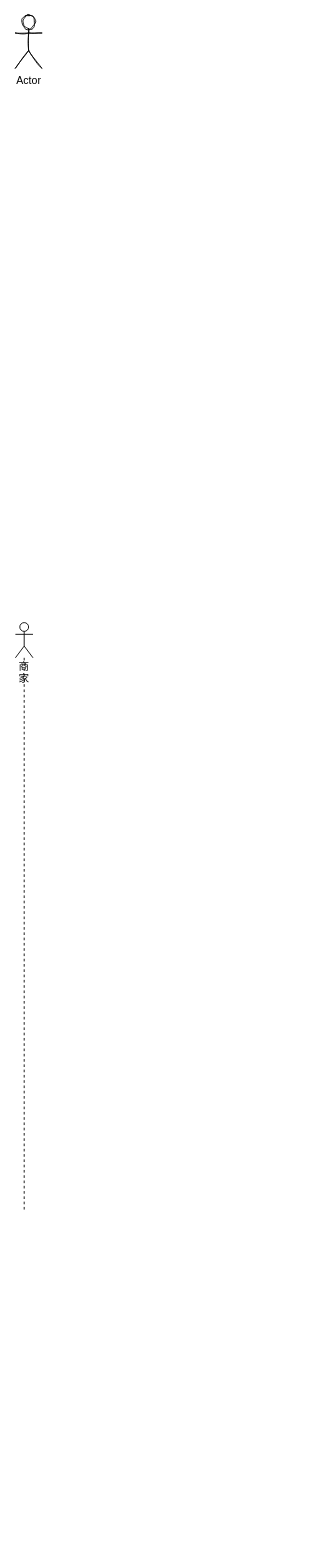
noobwu/diagrams keeps this draw.io diagram as Kemai/好餐谋V11启用扫码点餐流程图.drawio. Above is the earlier version. Source tidied: cells renumbered, new cells numbered last; positions are measured from the earlier drawing's top-left corner, leaving out a move shared by most shapes. Both pictures are drawn from the tidied source at 88%, with x=0, y=0 at pixel (15, 15).
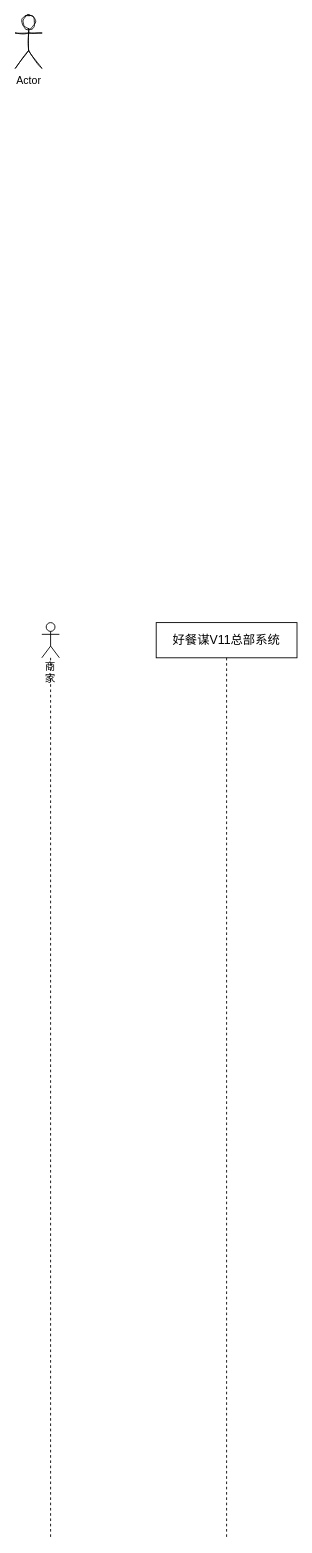
The same diagram, later.

Commit message (it also covers changes not shown here):
更新好餐谋V11启用扫码点餐流程图.drawio

Diff of the diagram source:
```diff
@@
 <mxGraphModel>
   <root>
     <mxCell id="0" />
     <mxCell id="1" parent="0" />
     <mxCell id="2" value="Actor" style="shape=umlActor;verticalLabelPosition=bottom;verticalAlign=top;html=1;rounded=0;sketch=1;" parent="1" vertex="1">
       <mxGeometry width="30" height="60" as="geometry" />
     </mxCell>
     <mxCell id="3" value="商家" style="shape=umlLifeline;participant=umlActor;perimeter=lifelinePerimeter;whiteSpace=wrap;html=1;verticalAlign=top;spacingTop=36;rounded=0;sketch=0;" parent="1" vertex="1">
-      <mxGeometry y="690" width="20" height="670" as="geometry" />
+      <mxGeometry x="30" y="690" width="20" height="1040" as="geometry" />
     </mxCell>
+    <mxCell id="4" value="&lt;span style=&quot;font-size: 14px&quot;&gt;好餐谋V11总部系统&lt;/span&gt;" style="shape=umlLifeline;perimeter=lifelinePerimeter;whiteSpace=wrap;html=1;" parent="1" vertex="1">
+      <mxGeometry x="160" y="690" width="160" height="1040" as="geometry" />
+    </mxCell>
   </root>
 </mxGraphModel>
```
